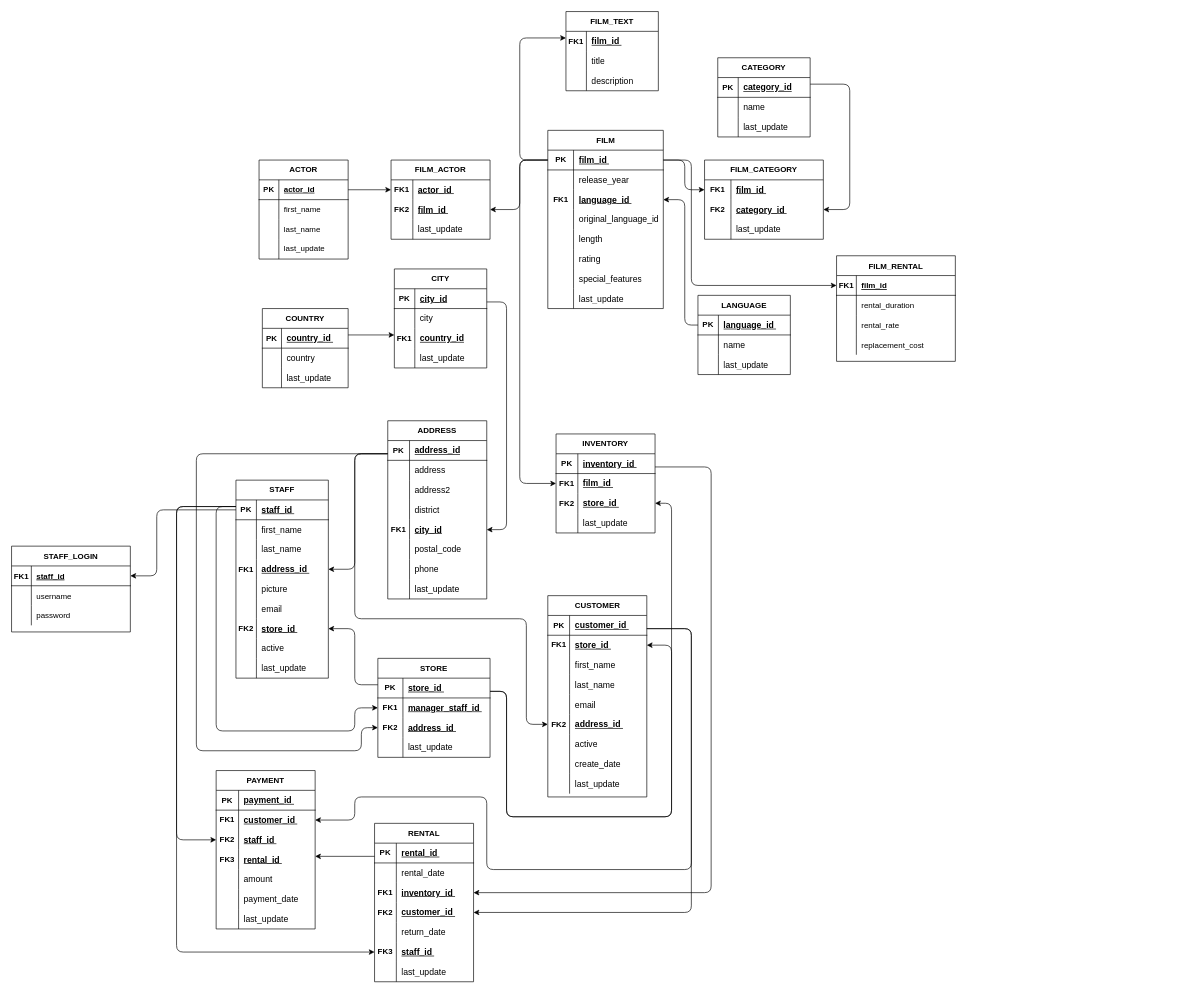
Earlier version of the draw.io diagram Diagrams/DBI CourseworkA(update).drawio (EsCharl/DatabaseInterface). Source tidied: cells renumbered, new cells numbered last; positions are measured from the earlier drawing's top-left corner, leaving out a move shared by most shapes. Both pictures are drawn from the tidied source at 66%, with x=0, y=0 at pixel (11, 11).
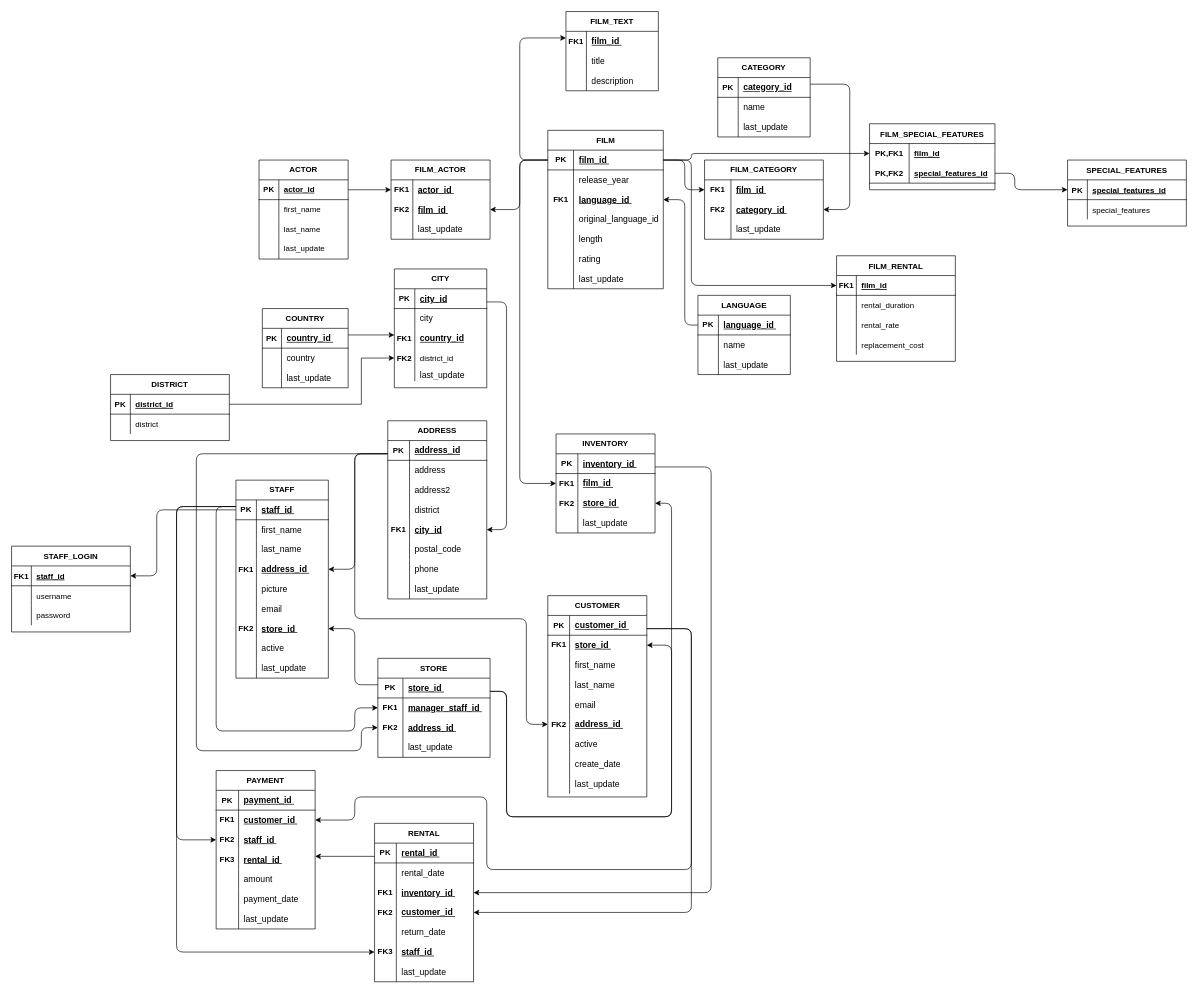
After the change.

Unchanged cells that the change refers to:
```xml
<mxCell id="102" style="shape=partialRectangle;html=1;whiteSpace=wrap;fillColor=none;top=0;left=0;bottom=1;right=0;points=[[0,0.5],[1,0.5]];portConstraint=eastwest;" parent="101" vertex="1">
  <mxGeometry y="30" width="175" height="30" as="geometry" />
</mxCell>
```

What changed in the source:
```diff
@@
     <mxCell id="50" value="CITY" style="shape=table;html=1;whiteSpace=wrap;startSize=30;childLayout=tableLayout;rowLines=0;fontStyle=1;align=center;" parent="1" vertex="1">
-      <mxGeometry x="580" y="390" width="140" height="150" as="geometry" />
+      <mxGeometry x="580" y="390" width="140" height="180" as="geometry" />
     </mxCell>
@@
+    <mxCell id="311" style="shape=partialRectangle;fillColor=none;top=0;left=0;bottom=0;right=0;points=[[0,0.5],[1,0.5]];portConstraint=eastwest;" parent="50" vertex="1">
+      <mxGeometry y="120" width="140" height="30" as="geometry" />
+    </mxCell>
+    <mxCell id="312" value="FK2" style="shape=partialRectangle;fillColor=none;top=0;left=0;bottom=0;right=0;overflow=hidden;fontStyle=1;" parent="311" vertex="1">
+      <mxGeometry width="31" height="30" as="geometry" />
+    </mxCell>
+    <mxCell id="313" value="district_id" style="shape=partialRectangle;fillColor=none;top=0;left=0;bottom=0;right=0;align=left;spacingLeft=6;overflow=hidden;" parent="311" vertex="1">
+      <mxGeometry x="31" width="109" height="30" as="geometry" />
+    </mxCell>
     <mxCell id="60" style="shape=partialRectangle;html=1;whiteSpace=wrap;fillColor=none;top=0;left=0;bottom=0;right=0;" parent="50" vertex="1">
-      <mxGeometry y="120" width="140" height="30" as="geometry" />
+      <mxGeometry y="150" width="140" height="20" as="geometry" />
     </mxCell>
     <mxCell id="61" style="shape=partialRectangle;html=1;whiteSpace=wrap;fillColor=none;top=0;left=0;bottom=0;right=0;overflow=hidden;" parent="60" vertex="1">
-      <mxGeometry width="31" height="30" as="geometry" />
+      <mxGeometry width="31" height="20" as="geometry" />
     </mxCell>
     <mxCell id="62" value="&lt;span style=&quot;font-family: sans-serif ; font-size: 13.12px ; background-color: rgb(255 , 255 , 255)&quot;&gt;last_update&lt;/span&gt;" style="shape=partialRectangle;html=1;whiteSpace=wrap;fillColor=none;top=0;left=0;bottom=0;right=0;align=left;spacingLeft=6;overflow=hidden;" parent="60" vertex="1">
-      <mxGeometry x="31" width="109" height="30" as="geometry" />
+      <mxGeometry x="31" width="109" height="20" as="geometry" />
     </mxCell>
@@
     <mxCell id="101" value="FILM" style="shape=table;html=1;whiteSpace=wrap;startSize=30;childLayout=tableLayout;rowLines=0;fontStyle=1;align=center;" parent="1" vertex="1">
-      <mxGeometry x="812.5" y="180" width="175" height="270" as="geometry" />
+      <mxGeometry x="812.5" y="180" width="175" height="240" as="geometry" />
     </mxCell>
@@
-    <mxCell id="120" style="shape=partialRectangle;html=1;whiteSpace=wrap;fillColor=none;top=0;left=0;bottom=0;right=0;" parent="101" vertex="1">
-      <mxGeometry y="210" width="175" height="30" as="geometry" />
-    </mxCell>
-    <mxCell id="121" style="shape=partialRectangle;html=1;whiteSpace=wrap;fillColor=none;top=0;left=0;bottom=0;right=0;overflow=hidden;" parent="120" vertex="1">
-      <mxGeometry width="39" height="30" as="geometry" />
-    </mxCell>
-    <mxCell id="122" value="&lt;span style=&quot;font-family: sans-serif ; font-size: 13.12px ; background-color: rgb(255 , 255 , 255)&quot;&gt;special_features&lt;/span&gt;" style="shape=partialRectangle;html=1;whiteSpace=wrap;fillColor=none;top=0;left=0;bottom=0;right=0;align=left;spacingLeft=6;overflow=hidden;" parent="120" vertex="1">
-      <mxGeometry x="39" width="136" height="30" as="geometry" />
-    </mxCell>
     <mxCell id="123" style="shape=partialRectangle;html=1;whiteSpace=wrap;fillColor=none;top=0;left=0;bottom=0;right=0;" parent="101" vertex="1">
-      <mxGeometry y="240" width="175" height="30" as="geometry" />
+      <mxGeometry y="210" width="175" height="30" as="geometry" />
     </mxCell>
@@
+    <mxCell id="314" value="FILM_SPECIAL_FEATURES" style="shape=table;startSize=30;childLayout=tableLayout;rowLines=0;fontStyle=1;align=center;" parent="1" vertex="1">
+      <mxGeometry x="1300" y="170" width="190" height="100" as="geometry" />
+    </mxCell>
+    <mxCell id="315" style="shape=partialRectangle;fillColor=none;top=0;left=0;bottom=0;right=0;points=[[0,0.5],[1,0.5]];portConstraint=eastwest;" parent="314" vertex="1">
+      <mxGeometry y="30" width="190" height="30" as="geometry" />
+    </mxCell>
+    <mxCell id="316" value="PK,FK1" style="shape=partialRectangle;fillColor=none;top=0;left=0;bottom=0;right=0;fontStyle=1;overflow=hidden;" parent="315" vertex="1">
+      <mxGeometry width="60" height="30" as="geometry" />
+    </mxCell>
+    <mxCell id="317" value="film_id" style="shape=partialRectangle;fillColor=none;top=0;left=0;bottom=0;right=0;align=left;spacingLeft=6;fontStyle=5;overflow=hidden;" parent="315" vertex="1">
+      <mxGeometry x="60" width="130" height="30" as="geometry" />
+    </mxCell>
+    <mxCell id="318" style="shape=partialRectangle;fillColor=none;top=0;left=0;bottom=1;right=0;points=[[0,0.5],[1,0.5]];portConstraint=eastwest;" parent="314" vertex="1">
+      <mxGeometry y="60" width="190" height="30" as="geometry" />
+    </mxCell>
+    <mxCell id="319" value="PK,FK2" style="shape=partialRectangle;fillColor=none;top=0;left=0;bottom=0;right=0;fontStyle=1;overflow=hidden;" parent="318" vertex="1">
+      <mxGeometry width="60" height="30" as="geometry" />
+    </mxCell>
+    <mxCell id="320" value="special_features_id" style="shape=partialRectangle;fillColor=none;top=0;left=0;bottom=0;right=0;align=left;spacingLeft=6;fontStyle=5;overflow=hidden;" parent="318" vertex="1">
+      <mxGeometry x="60" width="130" height="30" as="geometry" />
+    </mxCell>
+    <mxCell id="321" style="endArrow=classic;html=1;entryX=0;entryY=0.5;entryDx=0;entryDy=0;exitX=1;exitY=0.5;exitDx=0;exitDy=0;" parent="1" edge="1" source="102" target="315">
+      <mxGeometry relative="1" as="geometry">
+        <Array as="points">
+          <mxPoint x="1030" y="225" />
+          <mxPoint x="1030" y="215" />
+        </Array>
+      </mxGeometry>
+    </mxCell>
+    <mxCell id="322" value="SPECIAL_FEATURES" style="shape=table;startSize=30;childLayout=tableLayout;rowLines=0;fontStyle=1;align=center;" parent="1" vertex="1">
+      <mxGeometry x="1600" y="225" width="180" height="100" as="geometry" />
+    </mxCell>
+    <mxCell id="323" style="shape=partialRectangle;fillColor=none;top=0;left=0;bottom=1;right=0;points=[[0,0.5],[1,0.5]];portConstraint=eastwest;" parent="322" vertex="1">
+      <mxGeometry y="30" width="180" height="30" as="geometry" />
+    </mxCell>
+    <mxCell id="324" value="PK" style="shape=partialRectangle;fillColor=none;top=0;left=0;bottom=0;right=0;fontStyle=1;overflow=hidden;" parent="323" vertex="1">
+      <mxGeometry width="30" height="30" as="geometry" />
+    </mxCell>
+    <mxCell id="325" value="special_features_id" style="shape=partialRectangle;fillColor=none;top=0;left=0;bottom=0;right=0;align=left;spacingLeft=6;fontStyle=5;overflow=hidden;" parent="323" vertex="1">
+      <mxGeometry x="30" width="150" height="30" as="geometry" />
+    </mxCell>
+    <mxCell id="326" style="shape=partialRectangle;fillColor=none;top=0;left=0;bottom=0;right=0;" parent="322" vertex="1">
+      <mxGeometry y="60" width="180" height="30" as="geometry" />
+    </mxCell>
+    <mxCell id="327" style="shape=partialRectangle;fillColor=none;top=0;left=0;bottom=0;right=0;overflow=hidden;" parent="326" vertex="1">
+      <mxGeometry width="30" height="30" as="geometry" />
+    </mxCell>
+    <mxCell id="122" value="special_features" style="shape=partialRectangle;fillColor=none;top=0;left=0;bottom=0;right=0;align=left;spacingLeft=6;overflow=hidden;" parent="326" vertex="1">
+      <mxGeometry x="30" width="150" height="30" as="geometry" />
+    </mxCell>
+    <mxCell id="328" style="endArrow=classic;html=1;entryX=0;entryY=0.5;entryDx=0;entryDy=0;exitX=1;exitY=0.5;exitDx=0;exitDy=0;" parent="1" edge="1" source="318" target="323">
+      <mxGeometry relative="1" as="geometry">
+        <Array as="points">
+          <mxPoint x="1520" y="245" />
+          <mxPoint x="1520" y="270" />
+        </Array>
+      </mxGeometry>
+    </mxCell>
+    <mxCell id="329" value="DISTRICT" style="shape=table;startSize=30;childLayout=tableLayout;rowLines=0;fontStyle=1;align=center;" parent="1" vertex="1">
+      <mxGeometry x="150" y="550" width="180" height="100" as="geometry" />
+    </mxCell>
+    <mxCell id="330" style="shape=partialRectangle;fillColor=none;top=0;left=0;bottom=1;right=0;points=[[0,0.5],[1,0.5]];portConstraint=eastwest;" parent="329" vertex="1">
+      <mxGeometry y="30" width="180" height="30" as="geometry" />
+    </mxCell>
+    <mxCell id="331" value="PK" style="shape=partialRectangle;fillColor=none;top=0;left=0;bottom=0;right=0;fontStyle=1;overflow=hidden;" parent="330" vertex="1">
+      <mxGeometry width="30" height="30" as="geometry" />
+    </mxCell>
+    <mxCell id="332" value="district_id" style="shape=partialRectangle;fillColor=none;top=0;left=0;bottom=0;right=0;align=left;spacingLeft=6;fontStyle=5;overflow=hidden;" parent="330" vertex="1">
+      <mxGeometry x="30" width="150" height="30" as="geometry" />
+    </mxCell>
+    <mxCell id="333" style="shape=partialRectangle;fillColor=none;top=0;left=0;bottom=0;right=0;" parent="329" vertex="1">
+      <mxGeometry y="60" width="180" height="30" as="geometry" />
+    </mxCell>
+    <mxCell id="334" style="shape=partialRectangle;fillColor=none;top=0;left=0;bottom=0;right=0;overflow=hidden;" parent="333" vertex="1">
+      <mxGeometry width="30" height="30" as="geometry" />
+    </mxCell>
+    <mxCell id="335" value="district" style="shape=partialRectangle;fillColor=none;top=0;left=0;bottom=0;right=0;align=left;spacingLeft=6;overflow=hidden;" parent="333" vertex="1">
+      <mxGeometry x="30" width="150" height="30" as="geometry" />
+    </mxCell>
+    <mxCell id="336" style="edgeStyle=orthogonalEdgeStyle;rounded=0;jettySize=auto;html=1;exitX=1;exitY=0.5;exitDx=0;exitDy=0;entryX=0;entryY=0.5;entryDx=0;entryDy=0;" parent="1" edge="1" source="330" target="311">
+      <mxGeometry relative="1" as="geometry">
+        <Array as="points">
+          <mxPoint x="530" y="595" />
+          <mxPoint x="530" y="525" />
+        </Array>
+      </mxGeometry>
+    </mxCell>
```
